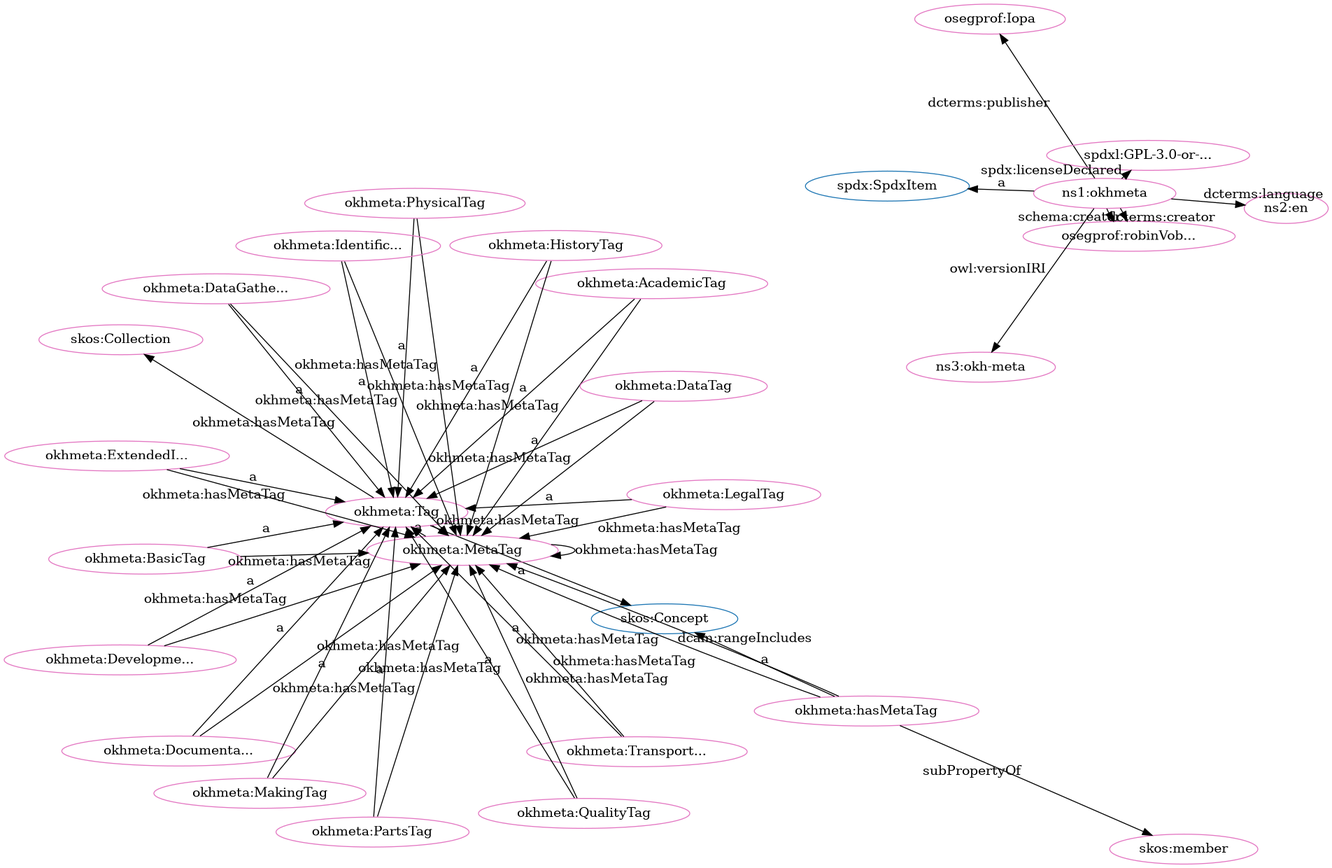
This is src/spec/fdp_okh-meta-clean.png from iop-alliance/OpenKnowHow, a Graphviz export, as it was before one commit. Its source is kept beside it as src/spec/fdp_okh-meta-clean.dot.
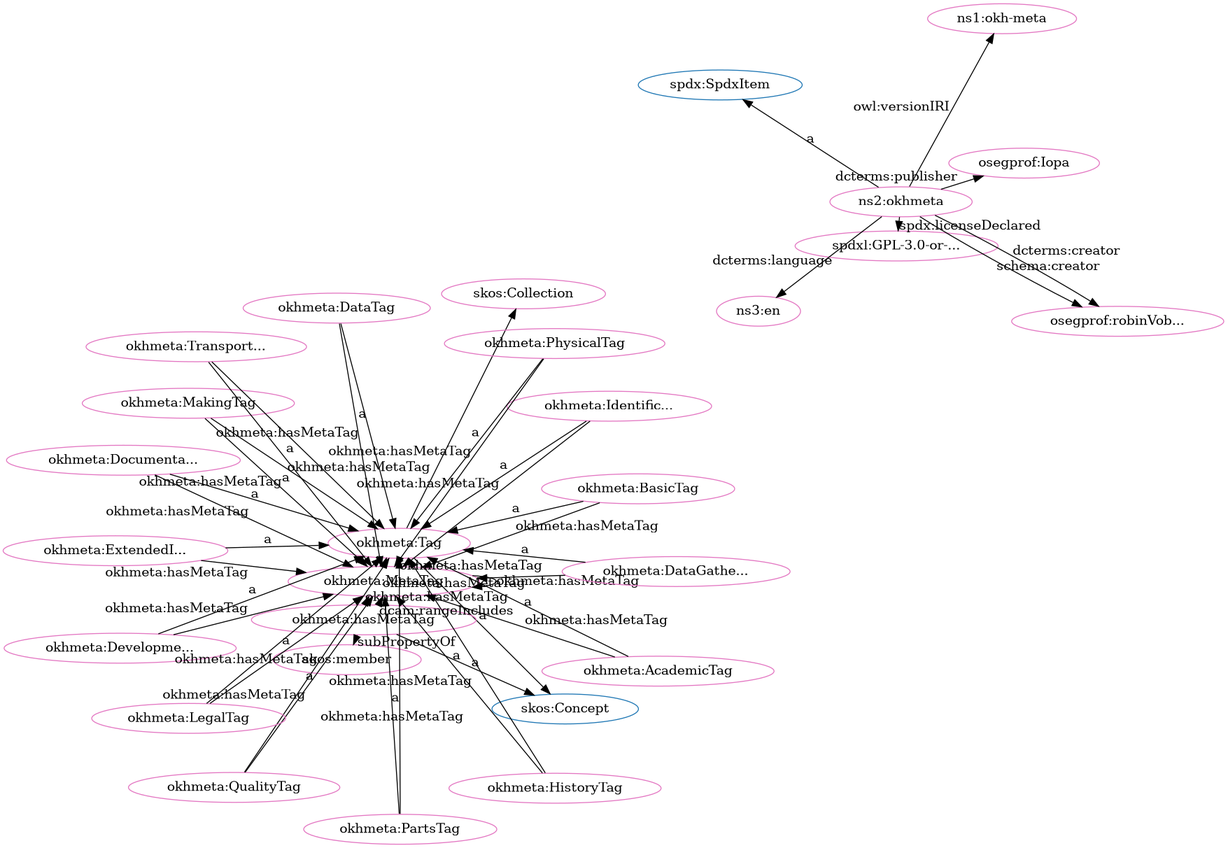
The same diagram one commit later.

Change to the diagram source:
```diff
@@ -2,79 +2,79 @@
   rankdir=BT
   node[height=.3]
 "http://w3id.org/oseg/ont/okhmeta#Tag" [fillcolor="#1f77b4" color="#1f77b4" label="okhmeta:Tag"]
-"http://www.w3.org/2004/02/skos/core#Concept" [fillcolor="#1f77b4" color="#1f77b4" label="skos:Concept"]
 "http://spdx.org/rdf/terms#SpdxItem" [fillcolor="#1f77b4" color="#1f77b4" label="spdx:SpdxItem"]
 "http://www.w3.org/2004/02/skos/core#Collection" [fillcolor="#1f77b4" color="#1f77b4" label="skos:Collection"]
+"http://www.w3.org/2004/02/skos/core#Concept" [fillcolor="#1f77b4" color="#1f77b4" label="skos:Concept"]
+"http://w3id.org/oseg/ont/okhmeta#IdentificationTag" [fillcolor="#e377c2" color="#e377c2" label="okhmeta:Identific..."]
 "http://w3id.org/oseg/ont/okhmeta#MetaTag" [fillcolor="#e377c2" color="#e377c2" label="okhmeta:MetaTag"]
+"http://w3id.org/oseg/ont/okhmeta#ExtendedInfoTag" [fillcolor="#e377c2" color="#e377c2" label="okhmeta:ExtendedI..."]
+"http://w3id.org/oseg/ont/1.1.0/okh-meta" [fillcolor="#e377c2" color="#e377c2" label="ns1:okh-meta"]
+"http://w3id.org/oseg/ont/okhmeta#DevelopmentTag" [fillcolor="#e377c2" color="#e377c2" label="okhmeta:Developme..."]
+"http://spdx.org/licenses/GPL-3.0-or-later" [fillcolor="#e377c2" color="#e377c2" label="spdxl:GPL-3.0-or-..."]
+"http://w3id.org/oseg/ont/okhmeta#PhysicalTag" [fillcolor="#e377c2" color="#e377c2" label="okhmeta:PhysicalTag"]
+"http://w3id.org/oseg/ont/okhmeta#hasMetaTag" [fillcolor="#e377c2" color="#e377c2" label="okhmeta:hasMetaTag"]
+"http://w3id.org/oseg/ont/okhmeta#QualityTag" [fillcolor="#e377c2" color="#e377c2" label="okhmeta:QualityTag"]
+"http://w3id.org/oseg/ont/okhmeta#Tag" [fillcolor="#e377c2" color="#e377c2" label="okhmeta:Tag"]
+"http://w3id.org/oseg/ont/okhmeta#AcademicTag" [fillcolor="#e377c2" color="#e377c2" label="okhmeta:AcademicTag"]
+"http://w3id.org/oseg/ont/okhmeta#DataTag" [fillcolor="#e377c2" color="#e377c2" label="okhmeta:DataTag"]
+"http://w3id.org/oseg/ont/okhmeta#DataGatheringTag" [fillcolor="#e377c2" color="#e377c2" label="okhmeta:DataGathe..."]
+"http://w3id.org/oseg/ont/oseg-profiles#Iopa" [fillcolor="#e377c2" color="#e377c2" label="osegprof:Iopa"]
+"http://w3id.org/oseg/ont/okhmeta#HistoryTag" [fillcolor="#e377c2" color="#e377c2" label="okhmeta:HistoryTag"]
+"http://www.w3.org/2004/02/skos/core#member" [fillcolor="#e377c2" color="#e377c2" label="skos:member"]
 "http://w3id.org/oseg/ont/oseg-profiles#robinVobruba" [fillcolor="#e377c2" color="#e377c2" label="osegprof:robinVob..."]
-"http://w3id.org/oseg/ont/okhmeta#AcademicTag" [fillcolor="#e377c2" color="#e377c2" label="okhmeta:AcademicTag"]
-"http://w3id.org/oseg/ont/okhmeta#hasMetaTag" [fillcolor="#e377c2" color="#e377c2" label="okhmeta:hasMetaTag"]
+"http://www.w3.org/2004/02/skos/core#Collection" [fillcolor="#e377c2" color="#e377c2" label="skos:Collection"]
+"http://w3id.org/oseg/ont/okhmeta#DocumentationTag" [fillcolor="#e377c2" color="#e377c2" label="okhmeta:Documenta..."]
 "http://w3id.org/oseg/ont/okhmeta#PartsTag" [fillcolor="#e377c2" color="#e377c2" label="okhmeta:PartsTag"]
-"http://w3id.org/oseg/ont/okhmeta#HistoryTag" [fillcolor="#e377c2" color="#e377c2" label="okhmeta:HistoryTag"]
-"http://w3id.org/oseg/ont/okhmeta#DevelopmentTag" [fillcolor="#e377c2" color="#e377c2" label="okhmeta:Developme..."]
+"http://w3id.org/oseg/ont/okhmeta#MakingTag" [fillcolor="#e377c2" color="#e377c2" label="okhmeta:MakingTag"]
+"http://w3id.org/oseg/ont/okhmeta#LegalTag" [fillcolor="#e377c2" color="#e377c2" label="okhmeta:LegalTag"]
+"http://w3id.org/oseg/ont/okhmeta" [fillcolor="#e377c2" color="#e377c2" label="ns2:okhmeta"]
+"http://w3id.org/oseg/ont/okhmeta#BasicTag" [fillcolor="#e377c2" color="#e377c2" label="okhmeta:BasicTag"]
+"http://id.loc.gov/vocabulary/iso639-1/en" [fillcolor="#e377c2" color="#e377c2" label="ns3:en"]
 "http://w3id.org/oseg/ont/okhmeta#TransportationTag" [fillcolor="#e377c2" color="#e377c2" label="okhmeta:Transport..."]
-"http://w3id.org/oseg/ont/okhmeta#BasicTag" [fillcolor="#e377c2" color="#e377c2" label="okhmeta:BasicTag"]
-"http://w3id.org/oseg/ont/okhmeta#ExtendedInfoTag" [fillcolor="#e377c2" color="#e377c2" label="okhmeta:ExtendedI..."]
-"http://w3id.org/oseg/ont/okhmeta#PhysicalTag" [fillcolor="#e377c2" color="#e377c2" label="okhmeta:PhysicalTag"]
-"http://w3id.org/oseg/ont/okhmeta#IdentificationTag" [fillcolor="#e377c2" color="#e377c2" label="okhmeta:Identific..."]
-"http://w3id.org/oseg/ont/okhmeta" [fillcolor="#e377c2" color="#e377c2" label="ns1:okhmeta"]
-"http://w3id.org/oseg/ont/oseg-profiles#Iopa" [fillcolor="#e377c2" color="#e377c2" label="osegprof:Iopa"]
-"http://w3id.org/oseg/ont/okhmeta#DataTag" [fillcolor="#e377c2" color="#e377c2" label="okhmeta:DataTag"]
-"http://w3id.org/oseg/ont/okhmeta#Tag" [fillcolor="#e377c2" color="#e377c2" label="okhmeta:Tag"]
-"http://www.w3.org/2004/02/skos/core#member" [fillcolor="#e377c2" color="#e377c2" label="skos:member"]
-"http://w3id.org/oseg/ont/okhmeta#DocumentationTag" [fillcolor="#e377c2" color="#e377c2" label="okhmeta:Documenta..."]
-"http://id.loc.gov/vocabulary/iso639-1/en" [fillcolor="#e377c2" color="#e377c2" label="ns2:en"]
-"http://w3id.org/oseg/ont/okhmeta#LegalTag" [fillcolor="#e377c2" color="#e377c2" label="okhmeta:LegalTag"]
-"http://w3id.org/oseg/ont/okhmeta#MakingTag" [fillcolor="#e377c2" color="#e377c2" label="okhmeta:MakingTag"]
-"http://www.w3.org/2004/02/skos/core#Collection" [fillcolor="#e377c2" color="#e377c2" label="skos:Collection"]
-"http://w3id.org/oseg/ont/okhmeta#QualityTag" [fillcolor="#e377c2" color="#e377c2" label="okhmeta:QualityTag"]
-"http://spdx.org/licenses/GPL-3.0-or-later" [fillcolor="#e377c2" color="#e377c2" label="spdxl:GPL-3.0-or-..."]
-"http://w3id.org/oseg/ont/okhmeta#DataGatheringTag" [fillcolor="#e377c2" color="#e377c2" label="okhmeta:DataGathe..."]
-"http://w3id.org/oseg/ont/1.1.0/okh-meta" [fillcolor="#e377c2" color="#e377c2" label="ns3:okh-meta"]
+  "http://w3id.org/oseg/ont/okhmeta#ExtendedInfoTag" -> "http://w3id.org/oseg/ont/okhmeta#Tag" [label="a"]
+  "http://w3id.org/oseg/ont/okhmeta" -> "http://w3id.org/oseg/ont/1.1.0/okh-meta" [label="owl:versionIRI"]
+  "http://w3id.org/oseg/ont/okhmeta#DevelopmentTag" -> "http://w3id.org/oseg/ont/okhmeta#Tag" [label="a"]
+  "http://w3id.org/oseg/ont/okhmeta#DataTag" -> "http://w3id.org/oseg/ont/okhmeta#MetaTag" [label="okhmeta:hasMetaTag"]
+  "http://w3id.org/oseg/ont/okhmeta" -> "http://spdx.org/licenses/GPL-3.0-or-later" [label="spdx:licenseDeclared"]
+  "http://w3id.org/oseg/ont/okhmeta#QualityTag" -> "http://w3id.org/oseg/ont/okhmeta#Tag" [label="a"]
+  "http://w3id.org/oseg/ont/okhmeta#AcademicTag" -> "http://w3id.org/oseg/ont/okhmeta#Tag" [label="a"]
+  "http://w3id.org/oseg/ont/okhmeta#DataTag" -> "http://w3id.org/oseg/ont/okhmeta#Tag" [label="a"]
+  "http://w3id.org/oseg/ont/okhmeta#DataGatheringTag" -> "http://w3id.org/oseg/ont/okhmeta#Tag" [label="a"]
+  "http://w3id.org/oseg/ont/okhmeta#hasMetaTag" -> "http://www.w3.org/2004/02/skos/core#member" [label="subPropertyOf"]
+  "http://w3id.org/oseg/ont/okhmeta#PhysicalTag" -> "http://w3id.org/oseg/ont/okhmeta#MetaTag" [label="okhmeta:hasMetaTag"]
   "http://w3id.org/oseg/ont/okhmeta#hasMetaTag" -> "http://w3id.org/oseg/ont/okhmeta#MetaTag" [label="okhmeta:hasMetaTag"]
+  "http://w3id.org/oseg/ont/okhmeta#LegalTag" -> "http://w3id.org/oseg/ont/okhmeta#MetaTag" [label="okhmeta:hasMetaTag"]
   "http://w3id.org/oseg/ont/okhmeta#hasMetaTag" -> "http://www.w3.org/2004/02/skos/core#Concept" [label="a"]
+  "http://w3id.org/oseg/ont/okhmeta" -> "http://w3id.org/oseg/ont/oseg-profiles#robinVobruba" [label="dcterms:creator"]
+  "http://w3id.org/oseg/ont/okhmeta#DocumentationTag" -> "http://w3id.org/oseg/ont/okhmeta#Tag" [label="a"]
+  "http://w3id.org/oseg/ont/okhmeta#PartsTag" -> "http://w3id.org/oseg/ont/okhmeta#Tag" [label="a"]
+  "http://w3id.org/oseg/ont/okhmeta#MakingTag" -> "http://w3id.org/oseg/ont/okhmeta#Tag" [label="a"]
+  "http://w3id.org/oseg/ont/okhmeta" -> "http://spdx.org/rdf/terms#SpdxItem" [label="a"]
   "http://w3id.org/oseg/ont/okhmeta" -> "http://w3id.org/oseg/ont/oseg-profiles#robinVobruba" [label="schema:creator"]
-  "http://w3id.org/oseg/ont/okhmeta#DevelopmentTag" -> "http://w3id.org/oseg/ont/okhmeta#Tag" [label="a"]
-  "http://w3id.org/oseg/ont/okhmeta#LegalTag" -> "http://w3id.org/oseg/ont/okhmeta#MetaTag" [label="okhmeta:hasMetaTag"]
-  "http://w3id.org/oseg/ont/okhmeta#ExtendedInfoTag" -> "http://w3id.org/oseg/ont/okhmeta#Tag" [label="a"]
+  "http://w3id.org/oseg/ont/okhmeta#BasicTag" -> "http://w3id.org/oseg/ont/okhmeta#Tag" [label="a"]
+  "http://w3id.org/oseg/ont/okhmeta#TransportationTag" -> "http://w3id.org/oseg/ont/okhmeta#MetaTag" [label="okhmeta:hasMetaTag"]
+  "http://w3id.org/oseg/ont/okhmeta#MetaTag" -> "http://w3id.org/oseg/ont/okhmeta#Tag" [label="a"]
+  "http://w3id.org/oseg/ont/okhmeta" -> "http://id.loc.gov/vocabulary/iso639-1/en" [label="dcterms:language"]
+  "http://w3id.org/oseg/ont/okhmeta#DevelopmentTag" -> "http://w3id.org/oseg/ont/okhmeta#MetaTag" [label="okhmeta:hasMetaTag"]
+  "http://w3id.org/oseg/ont/okhmeta#TransportationTag" -> "http://w3id.org/oseg/ont/okhmeta#Tag" [label="a"]
+  "http://w3id.org/oseg/ont/okhmeta#QualityTag" -> "http://w3id.org/oseg/ont/okhmeta#MetaTag" [label="okhmeta:hasMetaTag"]
+  "http://w3id.org/oseg/ont/okhmeta#IdentificationTag" -> "http://w3id.org/oseg/ont/okhmeta#Tag" [label="a"]
+  "http://w3id.org/oseg/ont/okhmeta#AcademicTag" -> "http://w3id.org/oseg/ont/okhmeta#MetaTag" [label="okhmeta:hasMetaTag"]
+  "http://w3id.org/oseg/ont/okhmeta#hasMetaTag" -> "http://w3id.org/oseg/ont/okhmeta#MetaTag" [label="dcam:rangeIncludes"]
+  "http://w3id.org/oseg/ont/okhmeta#DataGatheringTag" -> "http://w3id.org/oseg/ont/okhmeta#MetaTag" [label="okhmeta:hasMetaTag"]
+  "http://w3id.org/oseg/ont/okhmeta#PhysicalTag" -> "http://w3id.org/oseg/ont/okhmeta#Tag" [label="a"]
   "http://w3id.org/oseg/ont/okhmeta#Tag" -> "http://w3id.org/oseg/ont/okhmeta#MetaTag" [label="okhmeta:hasMetaTag"]
-  "http://w3id.org/oseg/ont/okhmeta#DevelopmentTag" -> "http://w3id.org/oseg/ont/okhmeta#MetaTag" [label="okhmeta:hasMetaTag"]
+  "http://w3id.org/oseg/ont/okhmeta#Tag" -> "http://www.w3.org/2004/02/skos/core#Concept" [label="a"]
+  "http://w3id.org/oseg/ont/okhmeta" -> "http://w3id.org/oseg/ont/oseg-profiles#Iopa" [label="dcterms:publisher"]
+  "http://w3id.org/oseg/ont/okhmeta#HistoryTag" -> "http://w3id.org/oseg/ont/okhmeta#Tag" [label="a"]
+  "http://w3id.org/oseg/ont/okhmeta#DocumentationTag" -> "http://w3id.org/oseg/ont/okhmeta#MetaTag" [label="okhmeta:hasMetaTag"]
   "http://w3id.org/oseg/ont/okhmeta#PartsTag" -> "http://w3id.org/oseg/ont/okhmeta#MetaTag" [label="okhmeta:hasMetaTag"]
-  "http://w3id.org/oseg/ont/okhmeta#DataTag" -> "http://w3id.org/oseg/ont/okhmeta#Tag" [label="a"]
-  "http://w3id.org/oseg/ont/okhmeta#QualityTag" -> "http://w3id.org/oseg/ont/okhmeta#MetaTag" [label="okhmeta:hasMetaTag"]
-  "http://w3id.org/oseg/ont/okhmeta#Tag" -> "http://www.w3.org/2004/02/skos/core#Concept" [label="a"]
-  "http://w3id.org/oseg/ont/okhmeta#MetaTag" -> "http://w3id.org/oseg/ont/okhmeta#Tag" [label="a"]
-  "http://w3id.org/oseg/ont/okhmeta#hasMetaTag" -> "http://www.w3.org/2004/02/skos/core#member" [label="subPropertyOf"]
-  "http://w3id.org/oseg/ont/okhmeta#DocumentationTag" -> "http://w3id.org/oseg/ont/okhmeta#Tag" [label="a"]
-  "http://w3id.org/oseg/ont/okhmeta" -> "http://id.loc.gov/vocabulary/iso639-1/en" [label="dcterms:language"]
-  "http://w3id.org/oseg/ont/okhmeta#TransportationTag" -> "http://w3id.org/oseg/ont/okhmeta#MetaTag" [label="okhmeta:hasMetaTag"]
-  "http://w3id.org/oseg/ont/okhmeta#PhysicalTag" -> "http://w3id.org/oseg/ont/okhmeta#MetaTag" [label="okhmeta:hasMetaTag"]
-  "http://w3id.org/oseg/ont/okhmeta#MakingTag" -> "http://w3id.org/oseg/ont/okhmeta#Tag" [label="a"]
-  "http://w3id.org/oseg/ont/okhmeta" -> "http://spdx.org/licenses/GPL-3.0-or-later" [label="spdx:licenseDeclared"]
-  "http://w3id.org/oseg/ont/okhmeta#DataGatheringTag" -> "http://w3id.org/oseg/ont/okhmeta#Tag" [label="a"]
-  "http://w3id.org/oseg/ont/okhmeta" -> "http://w3id.org/oseg/ont/1.1.0/okh-meta" [label="owl:versionIRI"]
   "http://w3id.org/oseg/ont/okhmeta#MakingTag" -> "http://w3id.org/oseg/ont/okhmeta#MetaTag" [label="okhmeta:hasMetaTag"]
-  "http://w3id.org/oseg/ont/okhmeta#DataTag" -> "http://w3id.org/oseg/ont/okhmeta#MetaTag" [label="okhmeta:hasMetaTag"]
-  "http://w3id.org/oseg/ont/okhmeta#DataGatheringTag" -> "http://w3id.org/oseg/ont/okhmeta#MetaTag" [label="okhmeta:hasMetaTag"]
-  "http://w3id.org/oseg/ont/okhmeta" -> "http://w3id.org/oseg/ont/oseg-profiles#robinVobruba" [label="dcterms:creator"]
   "http://w3id.org/oseg/ont/okhmeta#ExtendedInfoTag" -> "http://w3id.org/oseg/ont/okhmeta#MetaTag" [label="okhmeta:hasMetaTag"]
-  "http://w3id.org/oseg/ont/okhmeta#AcademicTag" -> "http://w3id.org/oseg/ont/okhmeta#Tag" [label="a"]
-  "http://w3id.org/oseg/ont/okhmeta#PartsTag" -> "http://w3id.org/oseg/ont/okhmeta#Tag" [label="a"]
-  "http://w3id.org/oseg/ont/okhmeta#HistoryTag" -> "http://w3id.org/oseg/ont/okhmeta#Tag" [label="a"]
+  "http://w3id.org/oseg/ont/okhmeta#BasicTag" -> "http://w3id.org/oseg/ont/okhmeta#MetaTag" [label="okhmeta:hasMetaTag"]
+  "http://w3id.org/oseg/ont/okhmeta#Tag" -> "http://www.w3.org/2004/02/skos/core#Collection" [label=""]
   "http://w3id.org/oseg/ont/okhmeta#MetaTag" -> "http://w3id.org/oseg/ont/okhmeta#MetaTag" [label="okhmeta:hasMetaTag"]
-  "http://w3id.org/oseg/ont/okhmeta#DocumentationTag" -> "http://w3id.org/oseg/ont/okhmeta#MetaTag" [label="okhmeta:hasMetaTag"]
-  "http://w3id.org/oseg/ont/okhmeta#TransportationTag" -> "http://w3id.org/oseg/ont/okhmeta#Tag" [label="a"]
-  "http://w3id.org/oseg/ont/okhmeta#BasicTag" -> "http://w3id.org/oseg/ont/okhmeta#Tag" [label="a"]
-  "http://w3id.org/oseg/ont/okhmeta#PhysicalTag" -> "http://w3id.org/oseg/ont/okhmeta#Tag" [label="a"]
-  "http://w3id.org/oseg/ont/okhmeta#IdentificationTag" -> "http://w3id.org/oseg/ont/okhmeta#Tag" [label="a"]
-  "http://w3id.org/oseg/ont/okhmeta" -> "http://spdx.org/rdf/terms#SpdxItem" [label="a"]
-  "http://w3id.org/oseg/ont/okhmeta" -> "http://w3id.org/oseg/ont/oseg-profiles#Iopa" [label="dcterms:publisher"]
-  "http://w3id.org/oseg/ont/okhmeta#BasicTag" -> "http://w3id.org/oseg/ont/okhmeta#MetaTag" [label="okhmeta:hasMetaTag"]
-  "http://w3id.org/oseg/ont/okhmeta#IdentificationTag" -> "http://w3id.org/oseg/ont/okhmeta#MetaTag" [label="okhmeta:hasMetaTag"]
-  "http://w3id.org/oseg/ont/okhmeta#AcademicTag" -> "http://w3id.org/oseg/ont/okhmeta#MetaTag" [label="okhmeta:hasMetaTag"]
   "http://w3id.org/oseg/ont/okhmeta#LegalTag" -> "http://w3id.org/oseg/ont/okhmeta#Tag" [label="a"]
   "http://w3id.org/oseg/ont/okhmeta#HistoryTag" -> "http://w3id.org/oseg/ont/okhmeta#MetaTag" [label="okhmeta:hasMetaTag"]
-  "http://w3id.org/oseg/ont/okhmeta#hasMetaTag" -> "http://w3id.org/oseg/ont/okhmeta#MetaTag" [label="dcam:rangeIncludes"]
-  "http://w3id.org/oseg/ont/okhmeta#Tag" -> "http://www.w3.org/2004/02/skos/core#Collection" [label=""]
-  "http://w3id.org/oseg/ont/okhmeta#QualityTag" -> "http://w3id.org/oseg/ont/okhmeta#Tag" [label="a"]
+  "http://w3id.org/oseg/ont/okhmeta#IdentificationTag" -> "http://w3id.org/oseg/ont/okhmeta#MetaTag" [label="okhmeta:hasMetaTag"]
 }
```
